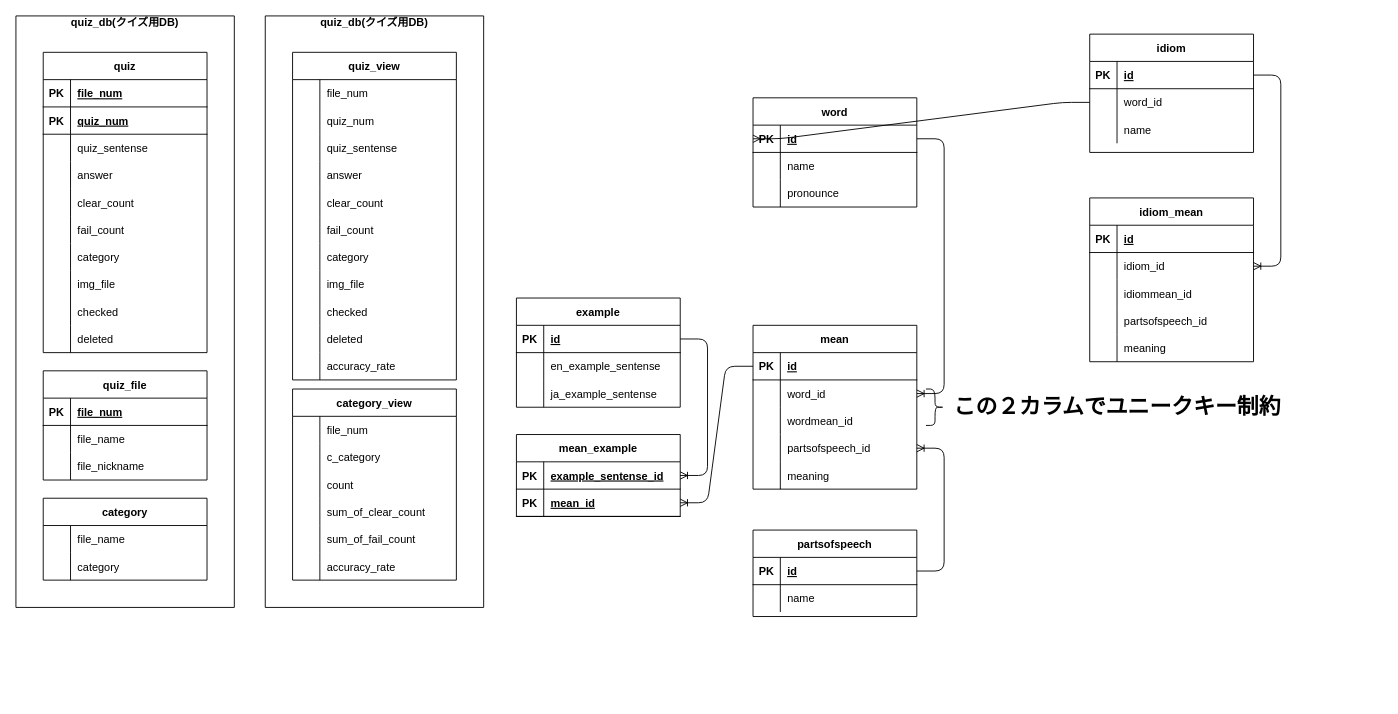
Above: database/drawio/erd.dio in WAT36/WAT-Quizzer (draw.io), before the change. Source tidied: cells renumbered, new cells numbered last; positions are measured from the earlier drawing's top-left corner, leaving out a move shared by most shapes. Both pictures are drawn from the tidied source at 91%, with x=0, y=0 at pixel (15, 15).
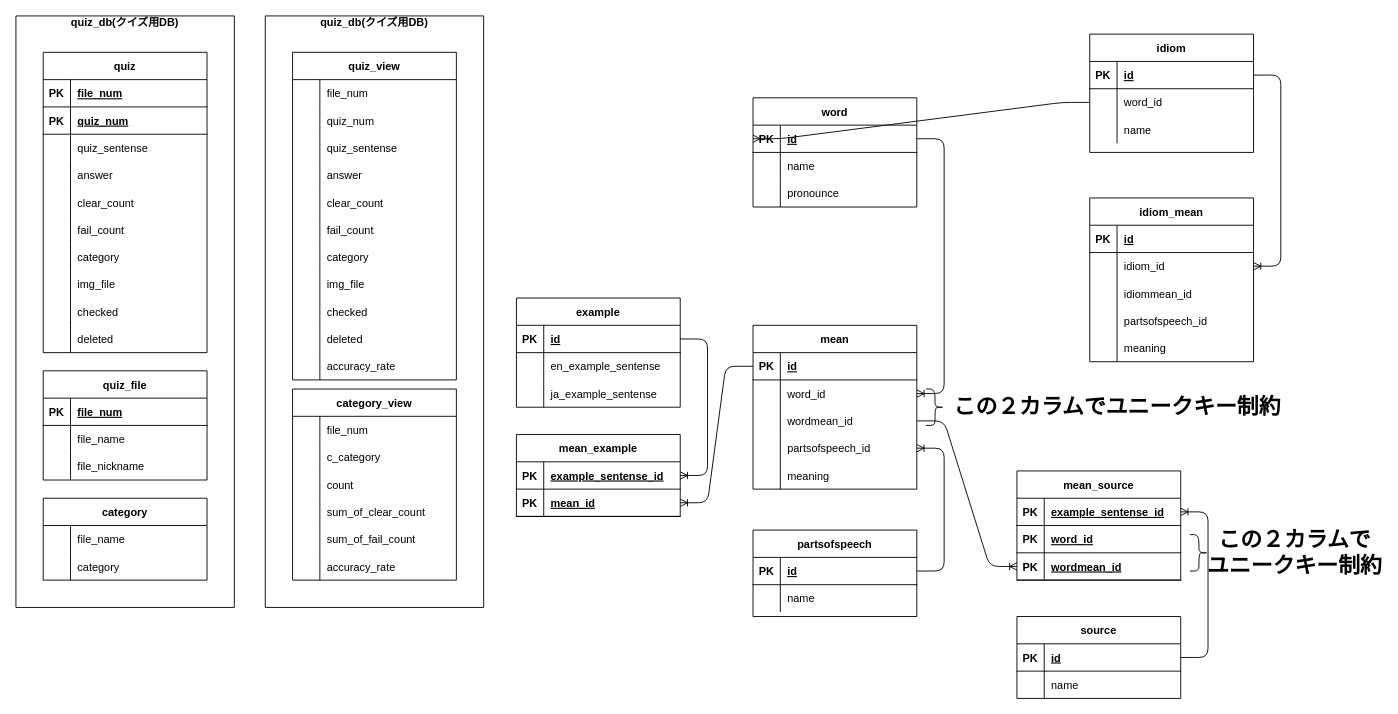
Above is the later version.

Commit message:
出典の定義図追加

The change refers to these unchanged cells:
```xml
<mxCell id="122" style="shape=partialRectangle;fillColor=none;top=0;left=0;bottom=0;right=0;points=[[0,0.5],[1,0.5]];portConstraint=eastwest;" parent="115" vertex="1">
  <mxGeometry y="90" width="180" height="30" as="geometry" />
</mxCell>
```

The edit, as a diff of the source:
```diff
@@
+    <mxCell id="189" value="source" style="shape=table;startSize=30;childLayout=tableLayout;rowLines=0;fontStyle=1;align=center;" parent="1" vertex="1">
+      <mxGeometry x="1100" y="660" width="180" height="90" as="geometry" />
+    </mxCell>
+    <mxCell id="190" style="shape=partialRectangle;fillColor=none;top=0;left=0;bottom=1;right=0;points=[[0,0.5],[1,0.5]];portConstraint=eastwest;" parent="189" vertex="1">
+      <mxGeometry y="30" width="180" height="30" as="geometry" />
+    </mxCell>
+    <mxCell id="191" value="PK" style="shape=partialRectangle;fillColor=none;top=0;left=0;bottom=0;right=0;fontStyle=1;overflow=hidden;" parent="190" vertex="1">
+      <mxGeometry width="30" height="30" as="geometry" />
+    </mxCell>
+    <mxCell id="192" value="id" style="shape=partialRectangle;fillColor=none;top=0;left=0;bottom=0;right=0;align=left;spacingLeft=6;fontStyle=5;overflow=hidden;" parent="190" vertex="1">
+      <mxGeometry x="30" width="150" height="30" as="geometry" />
+    </mxCell>
+    <mxCell id="193" style="shape=partialRectangle;fillColor=none;top=0;left=0;bottom=0;right=0;" parent="189" vertex="1">
+      <mxGeometry y="60" width="180" height="30" as="geometry" />
+    </mxCell>
+    <mxCell id="194" style="shape=partialRectangle;fillColor=none;top=0;left=0;bottom=0;right=0;overflow=hidden;" parent="193" vertex="1">
+      <mxGeometry width="30" height="30" as="geometry" />
+    </mxCell>
+    <mxCell id="195" value="name" style="shape=partialRectangle;fillColor=none;top=0;left=0;bottom=0;right=0;align=left;spacingLeft=6;overflow=hidden;" parent="193" vertex="1">
+      <mxGeometry x="30" width="150" height="30" as="geometry" />
+    </mxCell>
+    <mxCell id="196" value="mean_source" style="shape=table;startSize=30;childLayout=tableLayout;rowLines=0;fontStyle=1;align=center;" parent="1" vertex="1">
+      <mxGeometry x="1100" y="500" width="180" height="120" as="geometry" />
+    </mxCell>
+    <mxCell id="197" style="shape=partialRectangle;fillColor=none;top=0;left=0;bottom=1;right=0;points=[[0,0.5],[1,0.5]];portConstraint=eastwest;" parent="196" vertex="1">
+      <mxGeometry y="30" width="180" height="30" as="geometry" />
+    </mxCell>
+    <mxCell id="198" value="PK" style="shape=partialRectangle;fillColor=none;top=0;left=0;bottom=0;right=0;fontStyle=1;overflow=hidden;" parent="197" vertex="1">
+      <mxGeometry width="30" height="30" as="geometry" />
+    </mxCell>
+    <mxCell id="199" value="example_sentense_id" style="shape=partialRectangle;fillColor=none;top=0;left=0;bottom=0;right=0;align=left;spacingLeft=6;fontStyle=5;overflow=hidden;" parent="197" vertex="1">
+      <mxGeometry x="30" width="150" height="30" as="geometry" />
+    </mxCell>
+    <mxCell id="200" style="shape=partialRectangle;fillColor=none;top=0;left=0;bottom=1;right=0;" parent="196" vertex="1">
+      <mxGeometry y="60" width="180" height="30" as="geometry" />
+    </mxCell>
+    <mxCell id="201" value="PK" style="shape=partialRectangle;fillColor=none;top=0;left=0;bottom=0;right=0;fontStyle=1;overflow=hidden;" parent="200" vertex="1">
+      <mxGeometry width="30" height="30" as="geometry" />
+    </mxCell>
+    <mxCell id="202" value="word_id" style="shape=partialRectangle;fillColor=none;top=0;left=0;bottom=0;right=0;align=left;spacingLeft=6;fontStyle=5;overflow=hidden;" parent="200" vertex="1">
+      <mxGeometry x="30" width="150" height="30" as="geometry" />
+    </mxCell>
+    <mxCell id="203" style="shape=partialRectangle;fillColor=none;top=0;left=0;bottom=1;right=0;points=[[0,0.5],[1,0.5]];portConstraint=eastwest;" parent="196" vertex="1">
+      <mxGeometry y="90" width="180" height="30" as="geometry" />
+    </mxCell>
+    <mxCell id="204" value="PK" style="shape=partialRectangle;fillColor=none;top=0;left=0;bottom=0;right=0;fontStyle=1;overflow=hidden;" parent="203" vertex="1">
+      <mxGeometry width="30" height="30" as="geometry" />
+    </mxCell>
+    <mxCell id="205" value="wordmean_id" style="shape=partialRectangle;fillColor=none;top=0;left=0;bottom=0;right=0;align=left;spacingLeft=6;fontStyle=5;overflow=hidden;" parent="203" vertex="1">
+      <mxGeometry x="30" width="150" height="30" as="geometry" />
+    </mxCell>
+    <mxCell id="206" style="shape=curlyBracket;whiteSpace=wrap;html=1;rounded=1;flipH=1;" parent="1" vertex="1">
+      <mxGeometry x="1290" y="570" width="20" height="40" as="geometry" />
+    </mxCell>
+    <mxCell id="207" value="この２カラムで&lt;br&gt;ユニークキー制約" style="text;strokeColor=none;fillColor=none;html=1;fontSize=24;fontStyle=1;verticalAlign=middle;align=center;" parent="1" vertex="1">
+      <mxGeometry x="1310" y="560" width="190" height="60" as="geometry" />
+    </mxCell>
+    <mxCell id="208" style="edgeStyle=entityRelationEdgeStyle;fontSize=12;html=1;endArrow=ERoneToMany;exitX=1;exitY=0.5;exitDx=0;exitDy=0;" parent="1" edge="1" source="190" target="197">
+      <mxGeometry relative="1" as="geometry" />
+    </mxCell>
+    <mxCell id="209" style="edgeStyle=entityRelationEdgeStyle;fontSize=12;html=1;endArrow=ERoneToMany;entryX=0;entryY=0.5;entryDx=0;entryDy=0;exitX=1;exitY=0.5;exitDx=0;exitDy=0;" parent="1" edge="1" source="122" target="203">
+      <mxGeometry relative="1" as="geometry" />
+    </mxCell>
```
